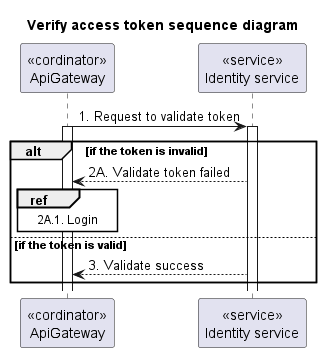
Before: doc/SDS/Identity/VerifyAccessToken/Sequence.png, a diagram exported from PlantUML (Carl-Johnsons/tastopia).
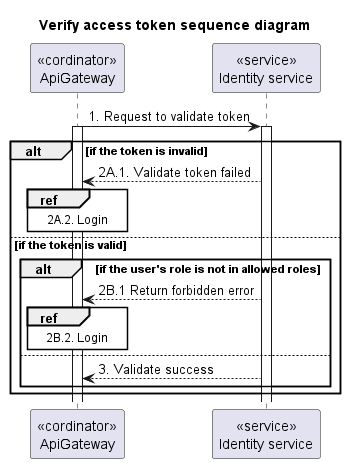
The same file after the commit.

What changed in the source:
```diff
@@ -18,9 +18,14 @@
 activate IdentityService
 
 alt if the token is invalid
-    ApiGateway <-- IdentityService: 2A. Validate token failed
-    ref over ApiGateway: 2A.1. Login
+  ApiGateway <-- IdentityService: 2A.1. Validate token failed
+  ref over ApiGateway: 2A.2. Login
 else if the token is valid
+  alt if the user's role is not in allowed roles
+    ApiGateway <-- IdentityService: 2B.1 Return forbidden error
+    ref over ApiGateway: 2B.2. Login
+  else
     ApiGateway <-- IdentityService: 3. Validate success
+  end
 end
 @enduml
```
